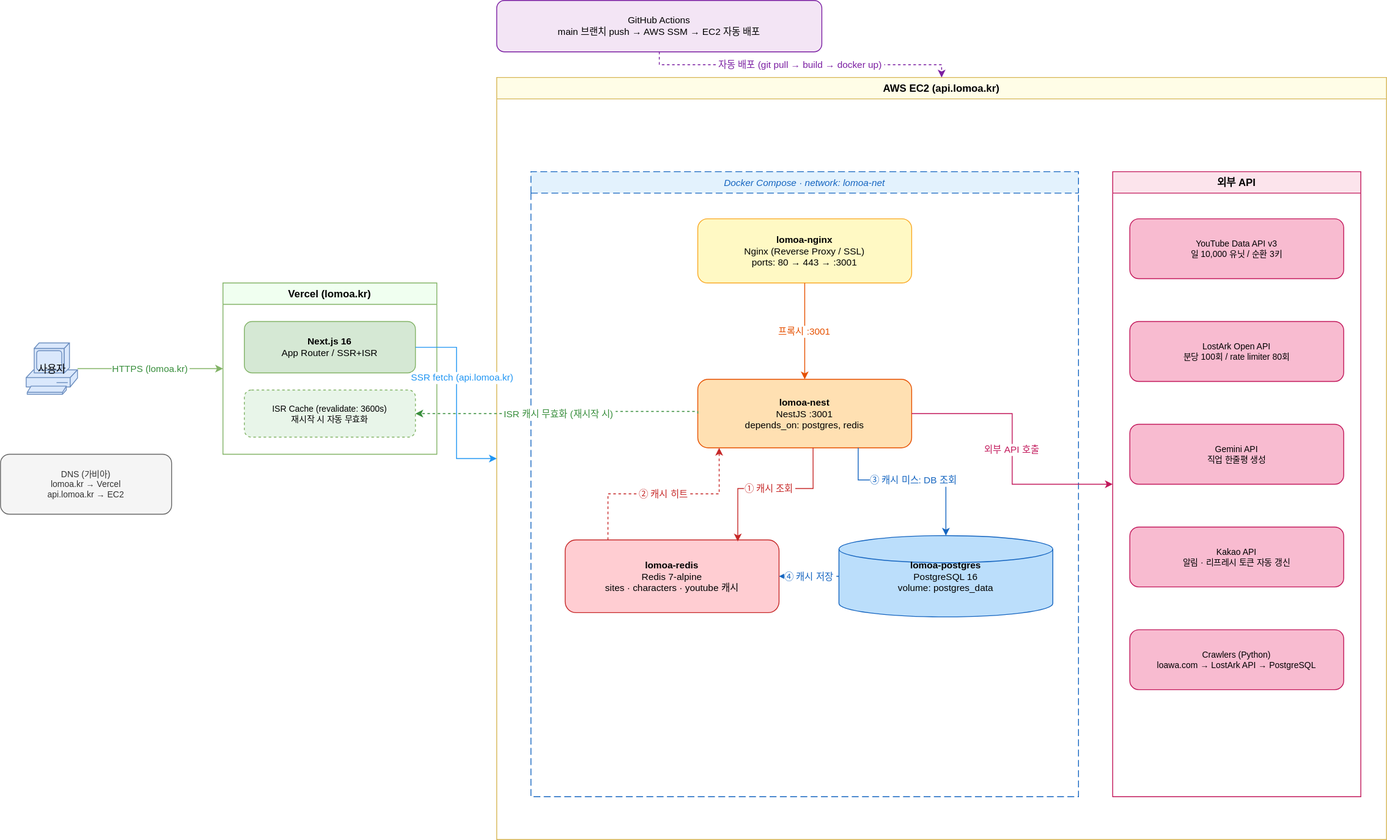
Before: docs/architecture.svg, a diagram exported from draw.io (haihire/daloa). Source tidied: cells renumbered, new cells last; positions are measured from the earlier drawing's top-left corner, leaving out a move shared by most shapes.
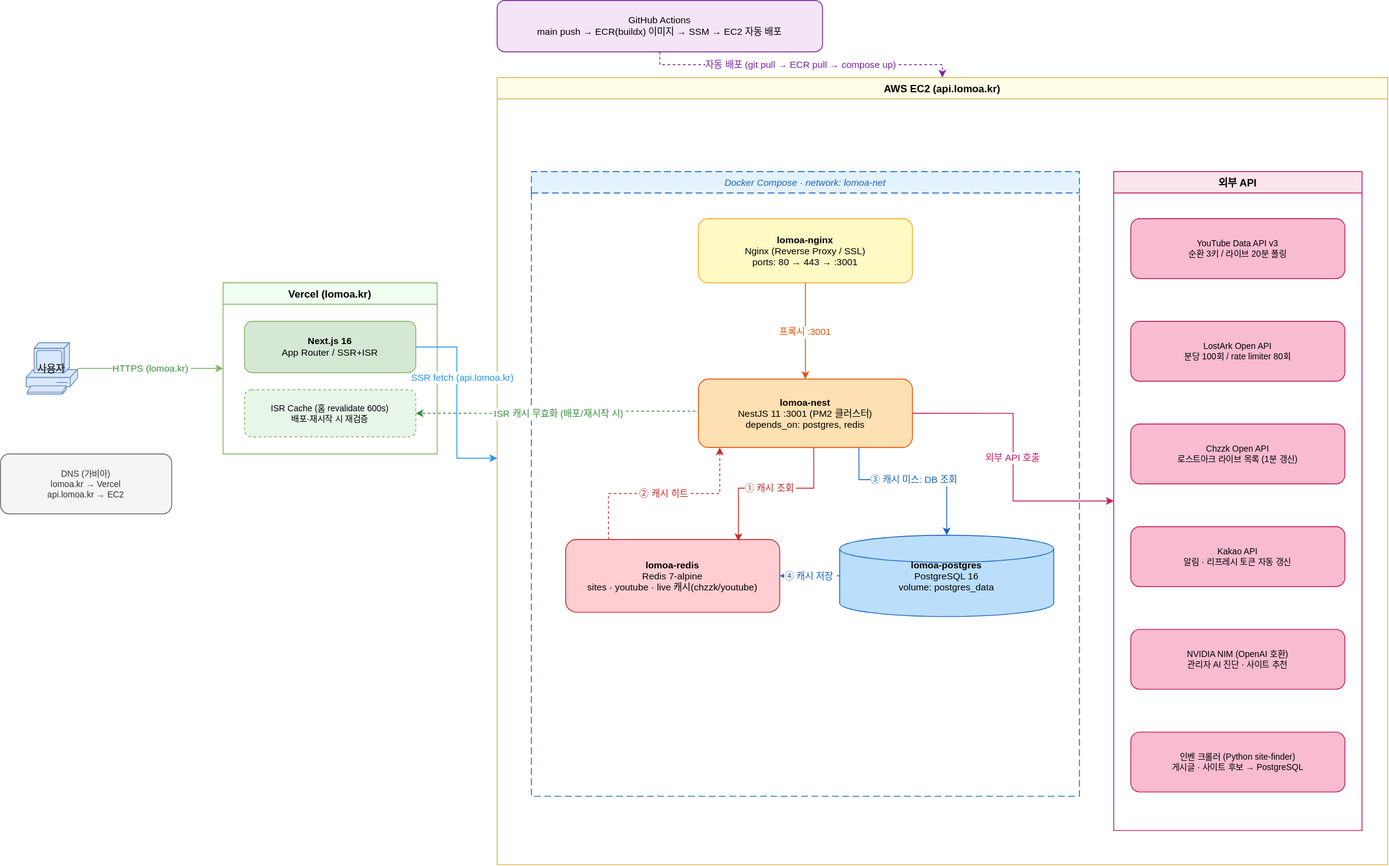
The same file after the commit.

What changed in the source:
```diff
@@ -14,14 +14,14 @@
     <mxCell id="5" value="&lt;b&gt;Next.js 16&lt;/b&gt;&#10;App Router / SSR+ISR" style="rounded=1;whiteSpace=wrap;html=1;fillColor=#d5e8d4;strokeColor=#82b366;fontSize=11;" parent="4" vertex="1">
       <mxGeometry x="25" y="45" width="200" height="60" as="geometry" />
     </mxCell>
-    <mxCell id="6" value="ISR Cache (revalidate: 3600s)&#10;재시작 시 자동 무효화" style="rounded=1;whiteSpace=wrap;html=1;fillColor=#e8f5e9;strokeColor=#82b366;fontSize=10;dashed=1;" parent="4" vertex="1">
+    <mxCell id="6" value="ISR Cache (홈 revalidate 600s)&#10;배포·재시작 시 재검증" style="rounded=1;whiteSpace=wrap;html=1;fillColor=#e8f5e9;strokeColor=#82b366;fontSize=10;dashed=1;" parent="4" vertex="1">
       <mxGeometry x="25" y="125" width="200" height="55" as="geometry" />
     </mxCell>
-    <mxCell id="7" value="GitHub Actions&#10;main 브랜치 push → AWS SSM → EC2 자동 배포" style="rounded=1;whiteSpace=wrap;html=1;fillColor=#f3e5f5;strokeColor=#7b1fa2;fontSize=11;" parent="1" vertex="1">
+    <mxCell id="7" value="GitHub Actions&#10;main push → ECR(buildx) 이미지 → SSM → EC2 자동 배포" style="rounded=1;whiteSpace=wrap;html=1;fillColor=#f3e5f5;strokeColor=#7b1fa2;fontSize=11;" parent="1" vertex="1">
       <mxGeometry x="580" width="380" height="60" as="geometry" />
     </mxCell>
     <mxCell id="8" value="AWS EC2 (api.lomoa.kr)" style="swimlane;startSize=25;fillColor=#fffde7;strokeColor=#d6b656;fontStyle=1;fontSize=12;" parent="1" vertex="1">
-      <mxGeometry x="580" y="90" width="1040" height="890" as="geometry" />
+      <mxGeometry x="580" y="90" width="1040" height="920" as="geometry" />
     </mxCell>
     <mxCell id="9" value="Docker Compose  ·  network: lomoa-net" style="swimlane;startSize=25;fillColor=#e3f2fd;strokeColor=#1565c0;dashed=1;dashPattern=8 4;fontStyle=2;fontSize=11;fontColor=#1565c0;" parent="8" vertex="1">
       <mxGeometry x="40" y="110" width="640" height="730" as="geometry" />
@@ -29,10 +29,10 @@
     <mxCell id="10" value="&lt;b&gt;lomoa-nginx&lt;/b&gt;&#10;Nginx (Reverse Proxy / SSL)&#10;ports: 80 → 443 → :3001" style="rounded=1;whiteSpace=wrap;html=1;fillColor=#fff9c4;strokeColor=#f9a825;fontSize=11;" parent="9" vertex="1">
       <mxGeometry x="195" y="55" width="250" height="75" as="geometry" />
     </mxCell>
-    <mxCell id="11" value="&lt;b&gt;lomoa-nest&lt;/b&gt;&#10;NestJS :3001&#10;depends_on: postgres, redis" style="rounded=1;whiteSpace=wrap;html=1;fillColor=#ffe0b2;strokeColor=#e65100;fontSize=11;" parent="9" vertex="1">
+    <mxCell id="11" value="&lt;b&gt;lomoa-nest&lt;/b&gt;&#10;NestJS 11 :3001 (PM2 클러스터)&#10;depends_on: postgres, redis" style="rounded=1;whiteSpace=wrap;html=1;fillColor=#ffe0b2;strokeColor=#e65100;fontSize=11;" parent="9" vertex="1">
       <mxGeometry x="195" y="242.5" width="250" height="80" as="geometry" />
     </mxCell>
-    <mxCell id="12" value="&lt;b&gt;lomoa-redis&lt;/b&gt;&#10;Redis 7-alpine&#10;sites · characters · youtube 캐시" style="rounded=1;whiteSpace=wrap;html=1;fillColor=#ffcdd2;strokeColor=#c62828;fontSize=11;" parent="9" vertex="1">
+    <mxCell id="12" value="&lt;b&gt;lomoa-redis&lt;/b&gt;&#10;Redis 7-alpine&#10;sites · youtube · live 캐시(chzzk/youtube)" style="rounded=1;whiteSpace=wrap;html=1;fillColor=#ffcdd2;strokeColor=#c62828;fontSize=11;" parent="9" vertex="1">
       <mxGeometry x="40" y="430" width="250" height="85" as="geometry" />
     </mxCell>
     <mxCell id="13" value="&lt;b&gt;lomoa-postgres&lt;/b&gt;&#10;PostgreSQL 16&#10;volume: postgres_data" style="shape=mxgraph.flowchart.database;whiteSpace=wrap;html=1;fillColor=#bbdefb;strokeColor=#1565c0;fontSize=11;" parent="9" vertex="1">
@@ -64,23 +64,26 @@
       <mxGeometry relative="1" as="geometry" />
     </mxCell>
     <mxCell id="19" value="외부 API" style="swimlane;startSize=25;fillColor=#fce4ec;strokeColor=#c2185b;fontStyle=1;fontSize=12;" parent="8" vertex="1">
-      <mxGeometry x="720" y="110" width="290" height="730" as="geometry" />
+      <mxGeometry x="720" y="110" width="290" height="770" as="geometry" />
     </mxCell>
-    <mxCell id="20" value="YouTube Data API v3&#10;일 10,000 유닛 / 순환 3키" style="rounded=1;whiteSpace=wrap;html=1;fillColor=#f8bbd0;strokeColor=#c2185b;fontSize=10;" parent="19" vertex="1">
+    <mxCell id="20" value="YouTube Data API v3&#10;순환 3키 / 라이브 20분 폴링" style="rounded=1;whiteSpace=wrap;html=1;fillColor=#f8bbd0;strokeColor=#c2185b;fontSize=10;" parent="19" vertex="1">
       <mxGeometry x="20" y="55" width="250" height="70" as="geometry" />
     </mxCell>
     <mxCell id="21" value="LostArk Open API&#10;분당 100회 / rate limiter 80회" style="rounded=1;whiteSpace=wrap;html=1;fillColor=#f8bbd0;strokeColor=#c2185b;fontSize=10;" parent="19" vertex="1">
       <mxGeometry x="20" y="175" width="250" height="70" as="geometry" />
     </mxCell>
-    <mxCell id="22" value="Gemini API&#10;직업 한줄평 생성" style="rounded=1;whiteSpace=wrap;html=1;fillColor=#f8bbd0;strokeColor=#c2185b;fontSize=10;" parent="19" vertex="1">
+    <mxCell id="22" value="Chzzk Open API&#10;로스트아크 라이브 목록 (1분 갱신)" style="rounded=1;whiteSpace=wrap;html=1;fillColor=#f8bbd0;strokeColor=#c2185b;fontSize=10;" parent="19" vertex="1">
       <mxGeometry x="20" y="295" width="250" height="70" as="geometry" />
     </mxCell>
     <mxCell id="23" value="Kakao API&#10;알림 · 리프레시 토큰 자동 갱신" style="rounded=1;whiteSpace=wrap;html=1;fillColor=#f8bbd0;strokeColor=#c2185b;fontSize=10;" parent="19" vertex="1">
       <mxGeometry x="20" y="415" width="250" height="70" as="geometry" />
     </mxCell>
-    <mxCell id="24" value="Crawlers (Python)&#10;loawa.com → LostArk API → PostgreSQL" style="rounded=1;whiteSpace=wrap;html=1;fillColor=#f8bbd0;strokeColor=#c2185b;fontSize=10;" parent="19" vertex="1">
+    <mxCell id="24" value="NVIDIA NIM (OpenAI 호환)&#10;관리자 AI 진단 · 사이트 추천" style="rounded=1;whiteSpace=wrap;html=1;fillColor=#f8bbd0;strokeColor=#c2185b;fontSize=10;" parent="19" vertex="1">
       <mxGeometry x="20" y="535" width="250" height="70" as="geometry" />
     </mxCell>
+    <mxCell id="30" value="인벤 크롤러 (Python site-finder)&#10;게시글 · 사이트 후보 → PostgreSQL" style="rounded=1;whiteSpace=wrap;html=1;fillColor=#f8bbd0;strokeColor=#c2185b;fontSize=10;" parent="19" vertex="1">
+      <mxGeometry x="20" y="655" width="250" height="70" as="geometry" />
+    </mxCell>
     <mxCell id="25" value="외부 API 호출" style="edgeStyle=orthogonalEdgeStyle;rounded=0;strokeColor=#c2185b;fontColor=#c2185b;labelBackgroundColor=#ffffff;exitX=1;exitY=0.5;exitDx=0;exitDy=0;entryX=0;entryY=0.5;entryDx=0;entryDy=0;" parent="8" edge="1" source="11" target="19">
       <mxGeometry relative="1" as="geometry" />
     </mxCell>
@@ -95,10 +98,10 @@
         </Array>
       </mxGeometry>
     </mxCell>
-    <mxCell id="28" value="자동 배포 (git pull → build → docker up)" style="edgeStyle=orthogonalEdgeStyle;rounded=0;strokeColor=#7b1fa2;dashed=1;fontColor=#7b1fa2;labelBackgroundColor=#ffffff;" parent="1" edge="1" source="7" target="8">
+    <mxCell id="28" value="자동 배포 (git pull → ECR pull → compose up)" style="edgeStyle=orthogonalEdgeStyle;rounded=0;strokeColor=#7b1fa2;dashed=1;fontColor=#7b1fa2;labelBackgroundColor=#ffffff;" parent="1" edge="1" source="7" target="8">
       <mxGeometry relative="1" as="geometry" />
     </mxCell>
-    <mxCell id="29" value="ISR 캐시 무효화 (재시작 시)" style="edgeStyle=orthogonalEdgeStyle;rounded=0;strokeColor=#388e3c;dashed=1;fontColor=#388e3c;labelBackgroundColor=#ffffff;exitX=0;exitY=0.5;exitDx=0;exitDy=0;entryX=1;entryY=0.5;entryDx=0;entryDy=0;" parent="1" edge="1" source="11" target="6">
+    <mxCell id="29" value="ISR 캐시 무효화 (배포/재시작 시)" style="edgeStyle=orthogonalEdgeStyle;rounded=0;strokeColor=#388e3c;dashed=1;fontColor=#388e3c;labelBackgroundColor=#ffffff;exitX=0;exitY=0.5;exitDx=0;exitDy=0;entryX=1;entryY=0.5;entryDx=0;entryDy=0;" parent="1" edge="1" source="11" target="6">
       <mxGeometry relative="1" as="geometry">
         <Array as="points">
           <mxPoint x="815" y="480" />
```
